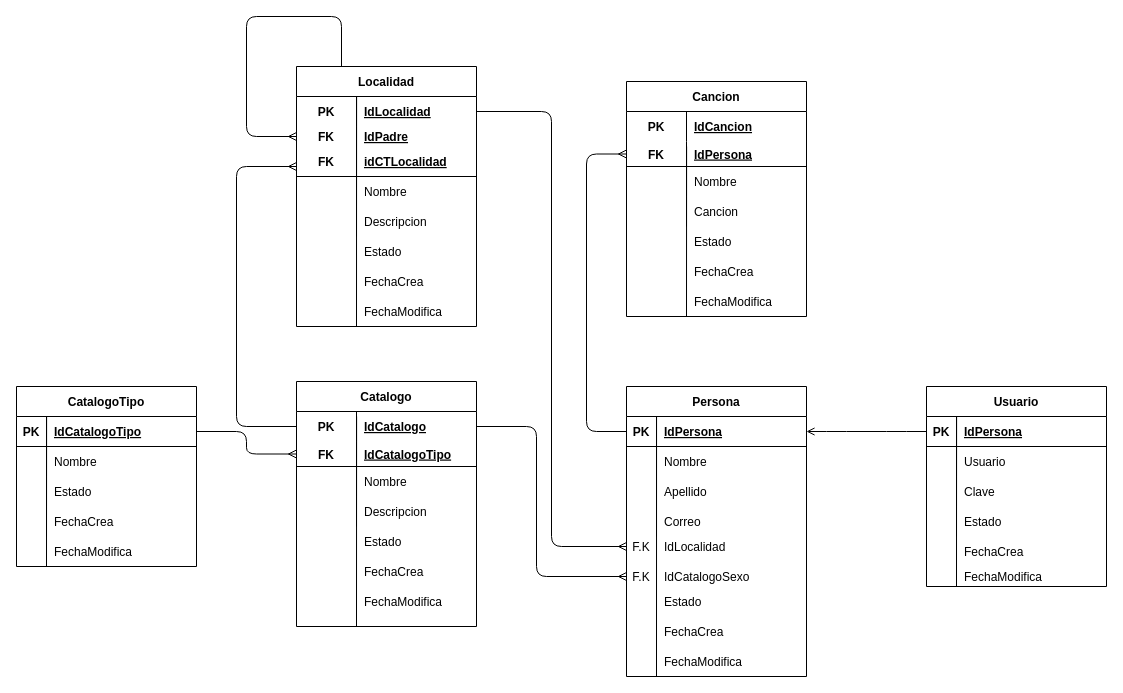
The draw.io diagram desing/MERProyecto.drawio in venuzBG/ProyectoFinal, before the edit. Source tidied: cells renumbered, new cells numbered last; positions are measured from the earlier drawing's top-left corner, leaving out a move shared by most shapes. Both pictures are drawn from the tidied source at 100%, with x=0, y=0 at pixel (16, 16).
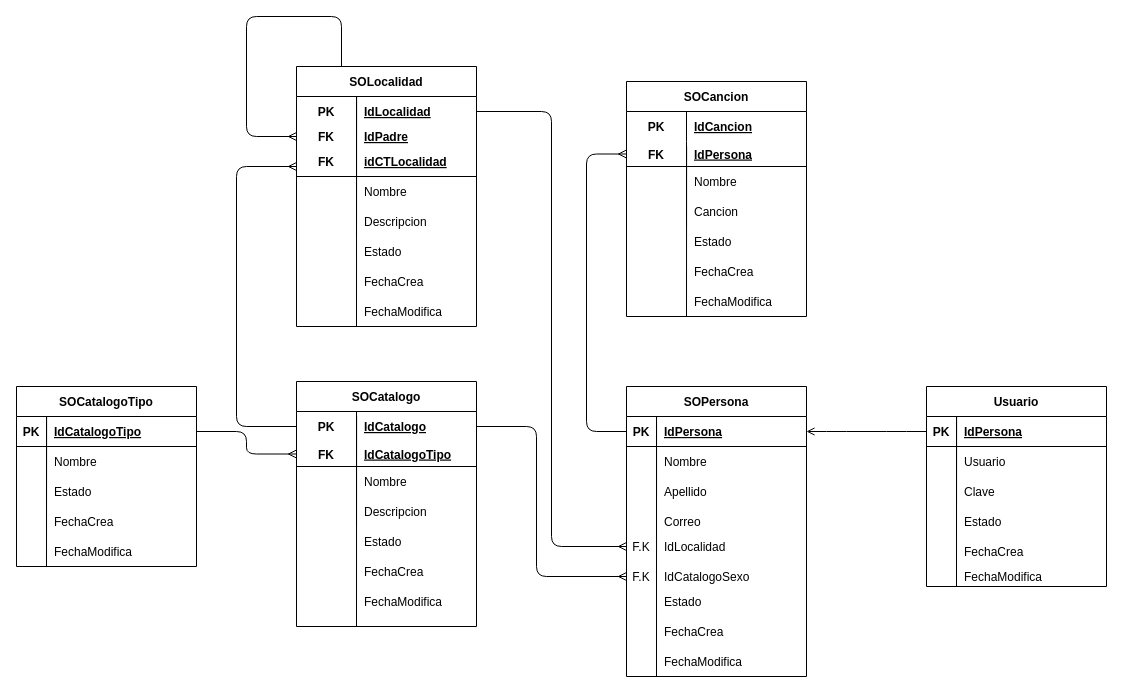
After the change.

The edit, as a diff of the source:
```diff
@@
-    <mxCell id="2" value="Persona" style="shape=table;startSize=30;childLayout=tableLayout;rowLines=0;fontStyle=1;align=center;" parent="1" vertex="1">
+    <mxCell id="2" value="SOPersona" style="shape=table;startSize=30;childLayout=tableLayout;rowLines=0;fontStyle=1;align=center;" parent="1" vertex="1">
       <mxGeometry x="610" y="370" width="180" height="290" as="geometry" />
     </mxCell>
@@
-    <mxCell id="20" value="CatalogoTipo" style="shape=table;startSize=30;childLayout=tableLayout;rowLines=0;fontStyle=1;align=center;" parent="1" vertex="1">
+    <mxCell id="20" value="SOCatalogoTipo" style="shape=table;startSize=30;childLayout=tableLayout;rowLines=0;fontStyle=1;align=center;" parent="1" vertex="1">
       <mxGeometry y="370" width="180" height="180" as="geometry" />
     </mxCell>
@@
-    <mxCell id="33" value="Catalogo" style="shape=table;startSize=30;childLayout=tableLayout;rowLines=0;fontStyle=1;align=center;" parent="1" vertex="1">
+    <mxCell id="33" value="SOCatalogo" style="shape=table;startSize=30;childLayout=tableLayout;rowLines=0;fontStyle=1;align=center;" parent="1" vertex="1">
       <mxGeometry x="280" y="365" width="180" height="245" as="geometry" />
     </mxCell>
@@
-    <mxCell id="57" value="Localidad" style="shape=table;startSize=30;childLayout=tableLayout;rowLines=0;fontStyle=1;align=center;" parent="1" vertex="1">
+    <mxCell id="57" value="SOLocalidad" style="shape=table;startSize=30;childLayout=tableLayout;rowLines=0;fontStyle=1;align=center;" parent="1" vertex="1">
       <mxGeometry x="280" y="50" width="180" height="260" as="geometry" />
     </mxCell>
@@
-    <mxCell id="101" value="Cancion" style="shape=table;startSize=30;childLayout=tableLayout;rowLines=0;fontStyle=1;align=center;" parent="1" vertex="1">
+    <mxCell id="101" value="SOCancion" style="shape=table;startSize=30;childLayout=tableLayout;rowLines=0;fontStyle=1;align=center;" parent="1" vertex="1">
       <mxGeometry x="610" y="65" width="180" height="235" as="geometry" />
     </mxCell>
```
